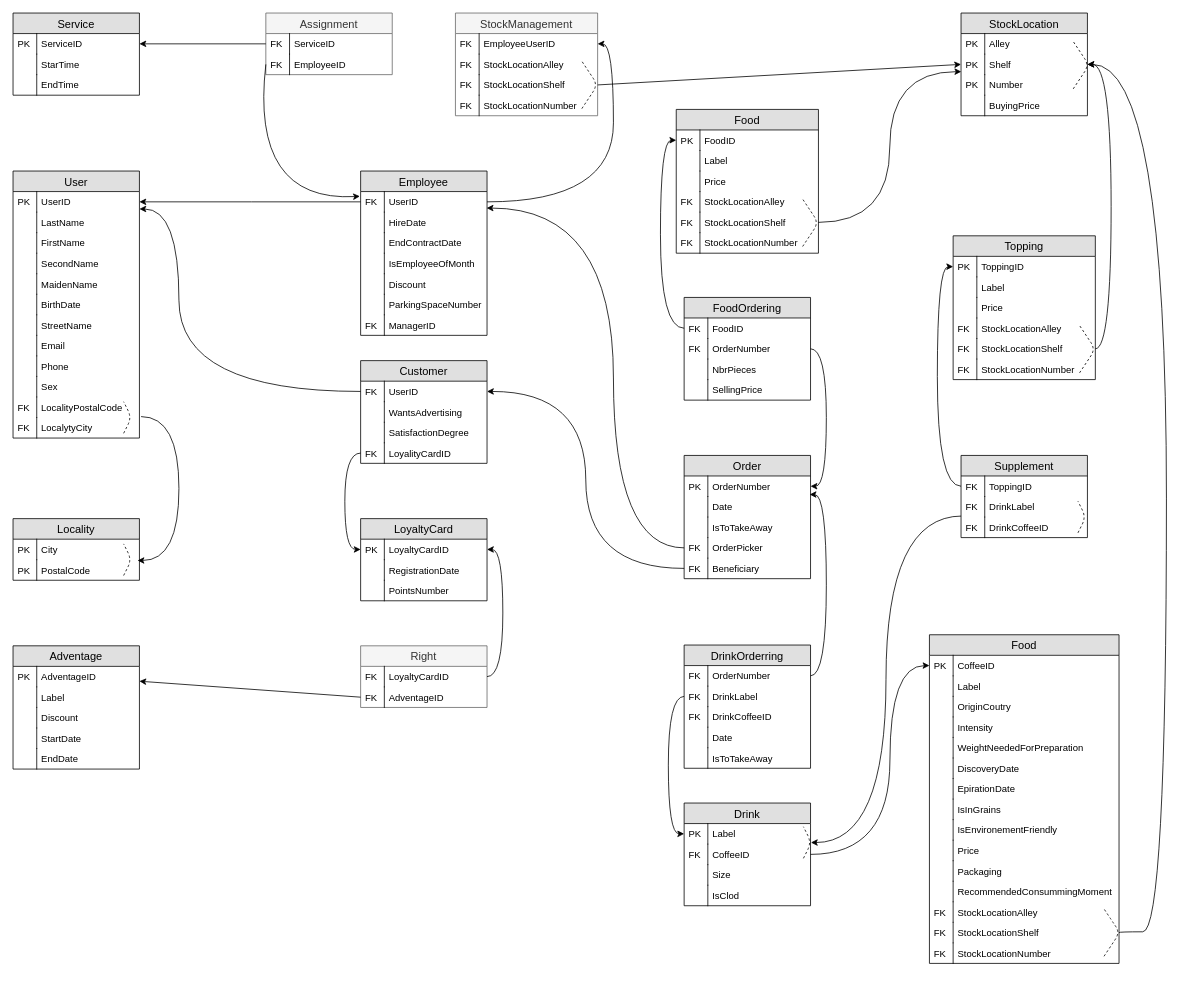
Above: schéma logique relationnel.drawio in DrakeXorn/CoffIG (draw.io), before the change. Source tidied: cells renumbered, new cells numbered last; positions are measured from the earlier drawing's top-left corner, leaving out a move shared by most shapes. Both pictures are drawn from the tidied source at 79%, with x=0, y=0 at pixel (13, 13).
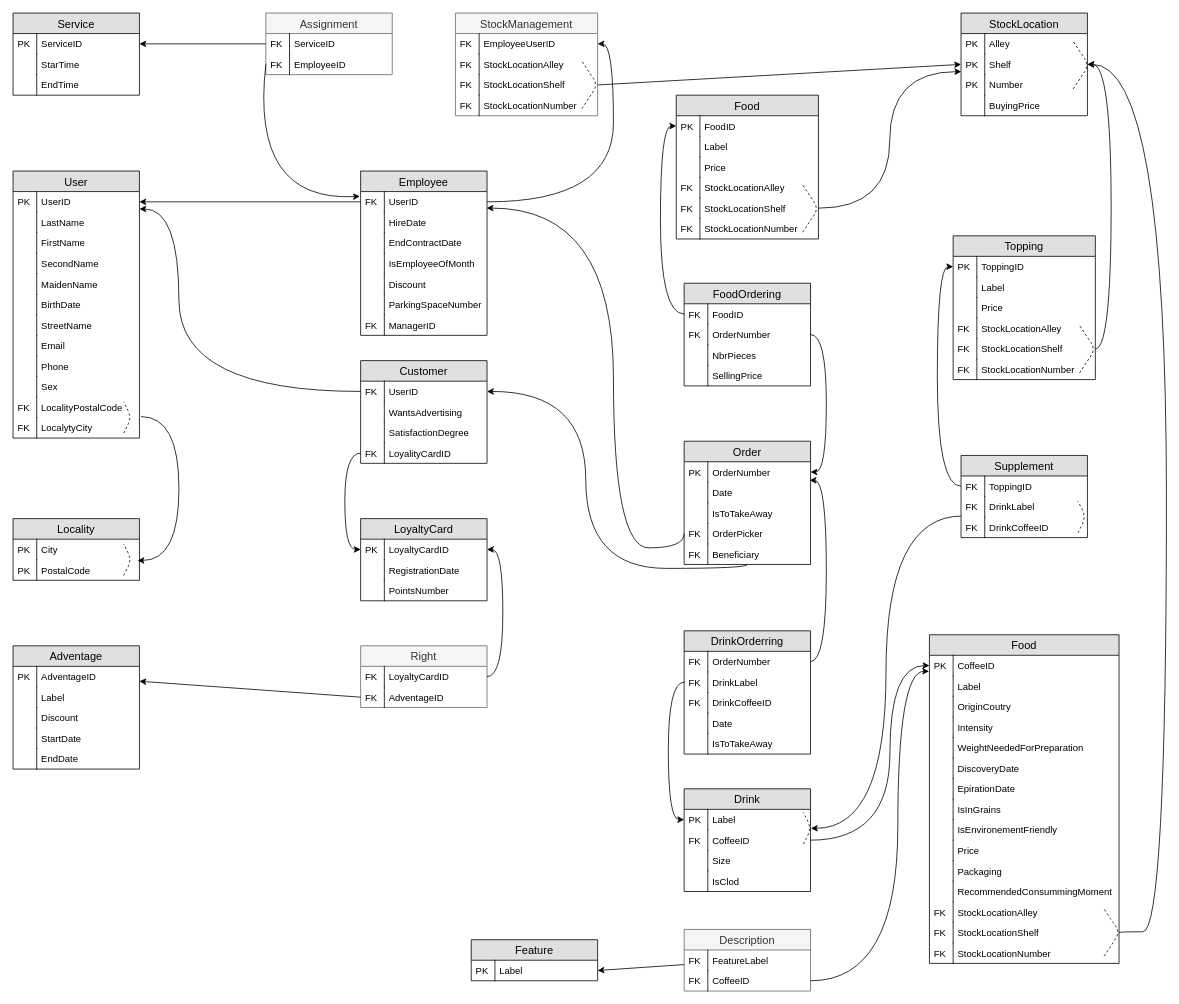
Above is the later version.

Commit message:
schéma logique relationnel (màj)

The change refers to these unchanged cells:
```xml
<mxCell id="178" value="CoffeeID" style="shape=partialRectangle;top=0;left=0;right=0;bottom=0;align=left;verticalAlign=top;fillColor=none;spacingLeft=34;spacingRight=4;overflow=hidden;points=[[0,0.5],[1,0.5]];portConstraint=eastwest;fontSize=12;" parent="174" vertex="1">
  <mxGeometry y="52" width="160" height="26" as="geometry" />
</mxCell>
<mxCell id="205" value="DrinkLabel" style="shape=partialRectangle;top=0;left=0;right=0;bottom=0;align=left;verticalAlign=top;fillColor=none;spacingLeft=34;spacingRight=4;overflow=hidden;points=[[0,0.5],[1,0.5]];portConstraint=eastwest;fontSize=12;" parent="202" vertex="1">
  <mxGeometry y="52" width="160" height="26" as="geometry" />
</mxCell>
<mxCell id="211" value="CoffeeID" style="shape=partialRectangle;top=0;left=0;right=0;bottom=0;align=left;verticalAlign=top;fillColor=none;spacingLeft=34;spacingRight=4;overflow=hidden;points=[[0,0.5],[1,0.5]];portConstraint=eastwest;fontSize=12;" parent="210" vertex="1">
  <mxGeometry y="26" width="240" height="26" as="geometry" />
</mxCell>
```

The edit, as a diff of the source:
```diff
@@
     <mxCell id="123" value="Food" style="swimlane;fontStyle=0;horizontal=1;startSize=26;fillColor=#e0e0e0;swimlaneFillColor=#ffffff;align=center;fontSize=14;" parent="1" vertex="1">
-      <mxGeometry x="839.5" y="122" width="180" height="182" as="geometry" />
+      <mxGeometry x="839.5" y="104" width="180" height="182" as="geometry" />
     </mxCell>
@@
     <mxCell id="138" value="FoodOrdering" style="swimlane;fontStyle=0;horizontal=1;startSize=26;fillColor=#e0e0e0;swimlaneFillColor=#ffffff;align=center;fontSize=14;" parent="1" vertex="1">
-      <mxGeometry x="849.5" y="360" width="160" height="130" as="geometry" />
+      <mxGeometry x="849.5" y="342" width="160" height="130" as="geometry" />
     </mxCell>
@@
     <mxCell id="148" value="Order" style="swimlane;fontStyle=0;horizontal=1;startSize=26;fillColor=#e0e0e0;swimlaneFillColor=#ffffff;align=center;fontSize=14;" parent="1" vertex="1">
-      <mxGeometry x="849.5" y="560" width="160" height="156" as="geometry" />
+      <mxGeometry x="849.5" y="542" width="160" height="156" as="geometry" />
     </mxCell>
@@
     <mxCell id="162" value="DrinkOrderring" style="swimlane;fontStyle=0;horizontal=1;startSize=26;fillColor=#e0e0e0;swimlaneFillColor=#ffffff;align=center;fontSize=14;" parent="1" vertex="1">
-      <mxGeometry x="849.5" y="800" width="160" height="156" as="geometry" />
+      <mxGeometry x="849.5" y="782" width="160" height="156" as="geometry" />
     </mxCell>
@@
     <mxCell id="174" value="Drink" style="swimlane;fontStyle=0;horizontal=1;startSize=26;fillColor=#e0e0e0;swimlaneFillColor=#ffffff;align=center;fontSize=14;" parent="1" vertex="1">
-      <mxGeometry x="849.5" y="1000" width="160" height="130" as="geometry" />
+      <mxGeometry x="849.5" y="982" width="160" height="130" as="geometry" />
     </mxCell>
@@
     <mxCell id="200" style="jettySize=auto;html=1;entryX=1.003;entryY=-0.077;entryDx=0;entryDy=0;strokeColor=#000000;exitX=0.008;exitY=0.95;exitDx=0;exitDy=0;entryPerimeter=0;exitPerimeter=0;edgeStyle=orthogonalEdgeStyle;curved=1;" parent="1" edge="1" source="205" target="178">
       <mxGeometry relative="1" as="geometry">
         <Array as="points">
-          <mxPoint x="1105" y="637" />
-          <mxPoint x="1105" y="1050" />
+          <mxPoint x="1105" y="636" />
+          <mxPoint x="1105" y="1032" />
         </Array>
       </mxGeometry>
     </mxCell>
@@
     <mxCell id="242" style="edgeStyle=orthogonalEdgeStyle;curved=1;jettySize=auto;html=1;exitX=1;exitY=0.5;exitDx=0;exitDy=0;entryX=0;entryY=0.5;entryDx=0;entryDy=0;strokeColor=#000000;fontColor=#000000;" parent="1" edge="1" source="178" target="211">
       <mxGeometry relative="1" as="geometry">
         <Array as="points">
-          <mxPoint x="1110" y="1065" />
+          <mxPoint x="1110" y="1047" />
           <mxPoint x="1110" y="826" />
         </Array>
       </mxGeometry>
     </mxCell>
@@
+    <mxCell id="244" value="Description" style="swimlane;fontStyle=0;horizontal=1;startSize=26;fillColor=#f5f5f5;swimlaneFillColor=#ffffff;align=center;fontSize=14;strokeColor=#666666;fontColor=#333333;" parent="1" vertex="1">
+      <mxGeometry x="849.5" y="1160" width="160" height="78" as="geometry" />
+    </mxCell>
+    <mxCell id="245" value="FeatureLabel" style="shape=partialRectangle;top=0;left=0;right=0;bottom=0;align=left;verticalAlign=top;fillColor=none;spacingLeft=34;spacingRight=4;overflow=hidden;points=[[0,0.5],[1,0.5]];portConstraint=eastwest;fontSize=12;" parent="244" vertex="1">
+      <mxGeometry y="26" width="160" height="26" as="geometry" />
+    </mxCell>
+    <mxCell id="246" value="FK" style="shape=partialRectangle;top=0;left=0;bottom=0;fillColor=none;align=left;verticalAlign=top;spacingLeft=4;spacingRight=4;overflow=hidden;fontSize=12;" parent="245" vertex="1">
+      <mxGeometry width="30" height="26" as="geometry" />
+    </mxCell>
+    <mxCell id="247" value="CoffeeID" style="shape=partialRectangle;top=0;left=0;right=0;bottom=0;align=left;verticalAlign=top;fillColor=none;spacingLeft=34;spacingRight=4;overflow=hidden;points=[[0,0.5],[1,0.5]];portConstraint=eastwest;fontSize=12;" parent="244" vertex="1">
+      <mxGeometry y="52" width="160" height="26" as="geometry" />
+    </mxCell>
+    <mxCell id="248" value="FK" style="shape=partialRectangle;top=0;left=0;bottom=0;fillColor=none;align=left;verticalAlign=top;spacingLeft=4;spacingRight=4;overflow=hidden;fontSize=12;" parent="247" vertex="1">
+      <mxGeometry width="30" height="26" as="geometry" />
+    </mxCell>
+    <mxCell id="249" value="Feature" style="swimlane;fontStyle=0;horizontal=1;startSize=26;fillColor=#e0e0e0;swimlaneFillColor=#ffffff;align=center;fontSize=14;" parent="1" vertex="1">
+      <mxGeometry x="580" y="1173" width="160" height="52" as="geometry" />
+    </mxCell>
+    <mxCell id="250" value="Label" style="shape=partialRectangle;top=0;left=0;right=0;bottom=0;align=left;verticalAlign=top;fillColor=none;spacingLeft=34;spacingRight=4;overflow=hidden;points=[[0,0.5],[1,0.5]];portConstraint=eastwest;fontSize=12;" parent="249" vertex="1">
+      <mxGeometry y="26" width="160" height="26" as="geometry" />
+    </mxCell>
+    <mxCell id="251" value="PK" style="shape=partialRectangle;top=0;left=0;bottom=0;fillColor=none;align=left;verticalAlign=top;spacingLeft=4;spacingRight=4;overflow=hidden;fontSize=12;" parent="250" vertex="1">
+      <mxGeometry width="30" height="26" as="geometry" />
+    </mxCell>
+    <mxCell id="252" style="jettySize=auto;html=1;entryX=1;entryY=0.5;entryDx=0;entryDy=0;" parent="1" edge="1" source="245" target="250">
+      <mxGeometry relative="1" as="geometry" />
+    </mxCell>
+    <mxCell id="253" style="edgeStyle=orthogonalEdgeStyle;jettySize=auto;html=1;exitX=1;exitY=0.5;exitDx=0;exitDy=0;entryX=-0.002;entryY=0.778;entryDx=0;entryDy=0;entryPerimeter=0;strokeColor=#000000;curved=1;" parent="1" edge="1" source="247" target="211">
+      <mxGeometry relative="1" as="geometry">
+        <Array as="points">
+          <mxPoint x="1120" y="1225" />
+          <mxPoint x="1120" y="833" />
+        </Array>
+      </mxGeometry>
+    </mxCell>
```
